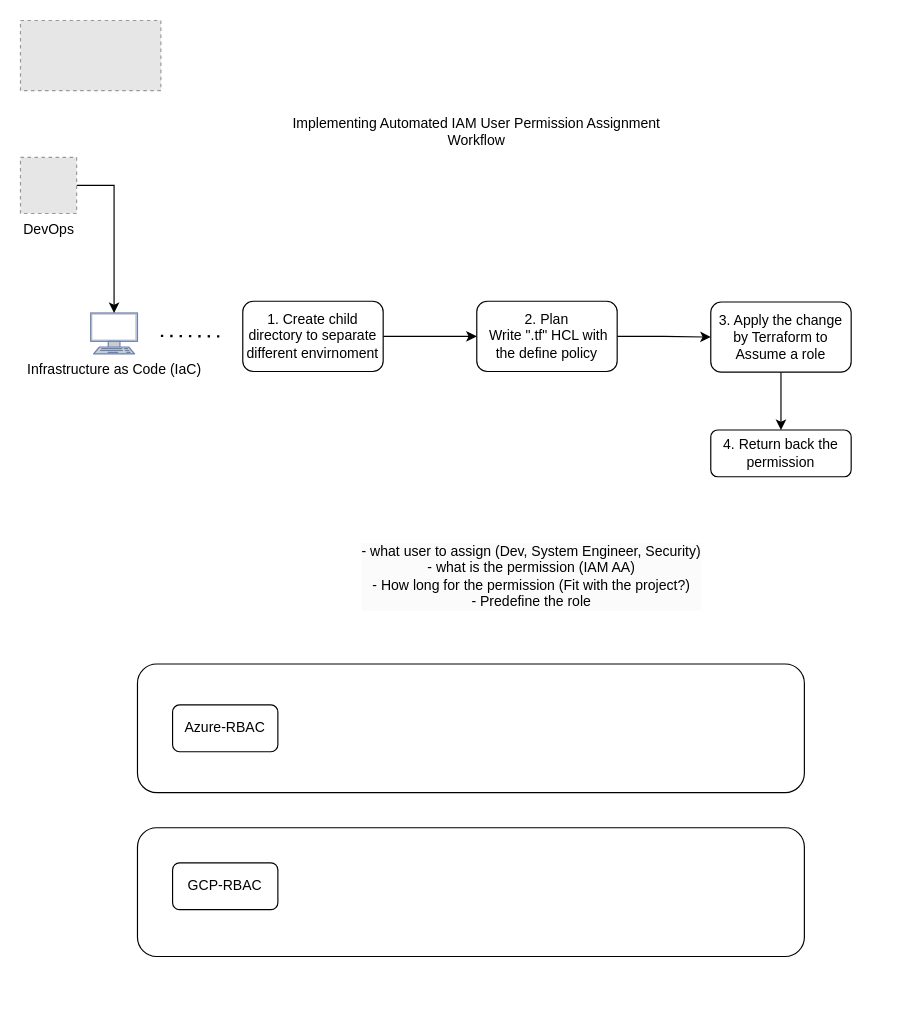
Earlier version of the draw.io diagram Terraform-Cloud-RBAC.drawio (Tonyfu09/AWS). Source tidied: cells renumbered, new cells numbered last; positions are measured from the earlier drawing's top-left corner, leaving out a move shared by most shapes. Both pictures are drawn from the tidied source at 117%, with x=0, y=0 at pixel (20, 20). Pictures stored in the file or linked from it are replaced by grey dashed boxes.
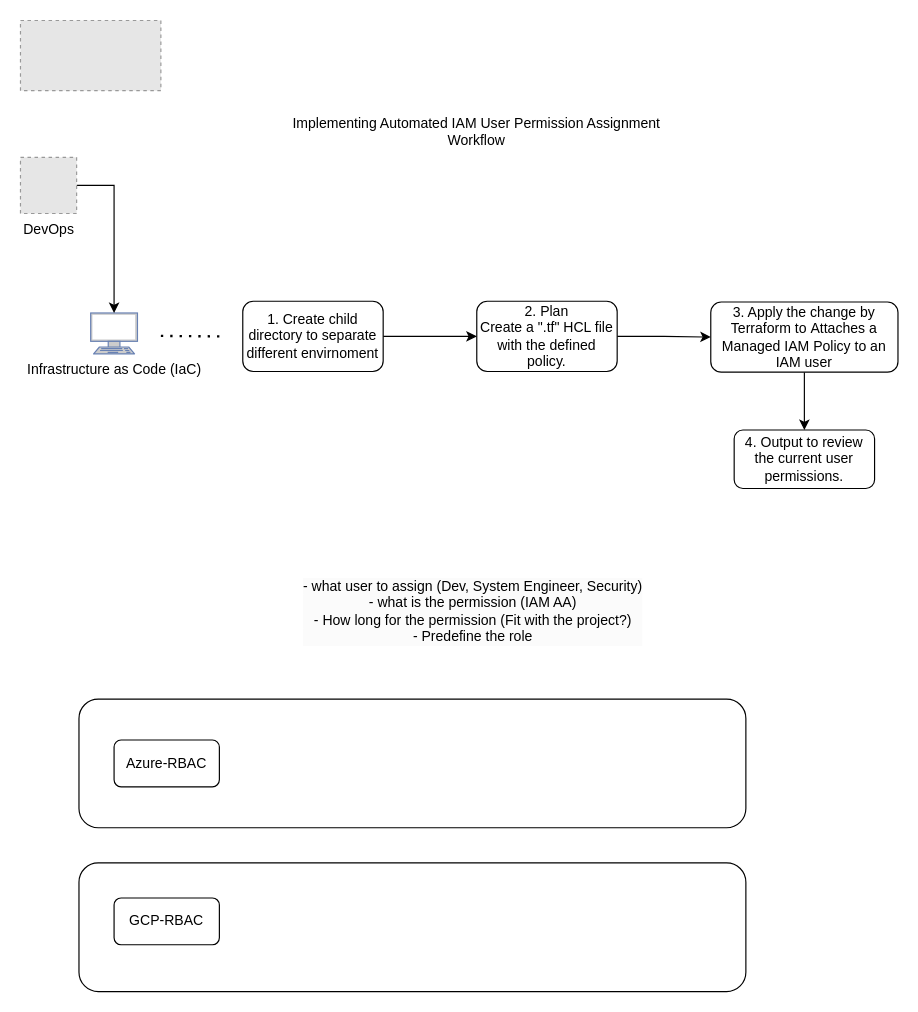
The same diagram, later.

Change to the diagram source:
```diff
@@
     <mxCell id="2" style="rounded=1;whiteSpace=wrap;html=1;fillColor=none;" parent="1" vertex="1">
-      <mxGeometry x="100" y="550" width="570" height="110" as="geometry" />
+      <mxGeometry x="50" y="580" width="570" height="110" as="geometry" />
     </mxCell>
     <mxCell id="3" style="rounded=1;whiteSpace=wrap;html=1;fillColor=none;" parent="1" vertex="1">
-      <mxGeometry x="100" y="690" width="570" height="110" as="geometry" />
+      <mxGeometry x="50" y="720" width="570" height="110" as="geometry" />
     </mxCell>
@@
-    <mxCell id="5" value="2. Plan &lt;br&gt;&lt;div style=&quot;&quot;&gt;&lt;span style=&quot;background-color: initial;&quot;&gt;&amp;nbsp;Write &quot;.tf&quot; HCL with the define policy&lt;/span&gt;&lt;/div&gt;" style="rounded=1;whiteSpace=wrap;html=1;gradientColor=none;align=center;" parent="1" vertex="1">
+    <mxCell id="5" value="2. Plan&lt;br&gt;Create a &quot;.tf&quot; HCL file with the defined policy." style="rounded=1;whiteSpace=wrap;html=1;gradientColor=none;align=center;" parent="1" vertex="1">
       <mxGeometry x="390" y="240" width="120" height="60" as="geometry" />
     </mxCell>
     <mxCell id="6" value="Azure-RBAC" style="rounded=1;whiteSpace=wrap;html=1;" parent="1" vertex="1">
-      <mxGeometry x="130" y="585" width="90" height="40" as="geometry" />
+      <mxGeometry x="80" y="615" width="90" height="40" as="geometry" />
     </mxCell>
     <mxCell id="7" value="GCP-RBAC" style="rounded=1;whiteSpace=wrap;html=1;" parent="1" vertex="1">
-      <mxGeometry x="130" y="720" width="90" height="40" as="geometry" />
+      <mxGeometry x="80" y="750" width="90" height="40" as="geometry" />
     </mxCell>
@@
-    <mxCell id="15" value="3. Apply the change by Terraform to Assume a role" style="whiteSpace=wrap;html=1;rounded=1;gradientColor=none;" parent="1" vertex="1">
-      <mxGeometry x="590" y="240.6" width="120" height="60" as="geometry" />
+    <mxCell id="15" value="3. Apply the change by Terraform to&amp;nbsp;Attaches a Managed IAM Policy to an IAM user" style="whiteSpace=wrap;html=1;rounded=1;gradientColor=none;" parent="1" vertex="1">
+      <mxGeometry x="590" y="240.6" width="160" height="60" as="geometry" />
     </mxCell>
-    <mxCell id="16" value="4. Return back the permission" style="whiteSpace=wrap;html=1;rounded=1;gradientColor=none;" parent="1" vertex="1">
-      <mxGeometry x="590" y="350" width="120" height="40" as="geometry" />
+    <mxCell id="16" value="4. Output to review the current user permissions." style="whiteSpace=wrap;html=1;rounded=1;gradientColor=none;" parent="1" vertex="1">
+      <mxGeometry x="610" y="350" width="120" height="50" as="geometry" />
     </mxCell>
@@
     <mxCell id="19" value="&lt;div style=&quot;border-color: var(--border-color); color: rgb(0, 0, 0); font-family: Helvetica; font-size: 12px; font-style: normal; font-variant-ligatures: normal; font-variant-caps: normal; font-weight: 400; letter-spacing: normal; orphans: 2; text-align: center; text-indent: 0px; text-transform: none; widows: 2; word-spacing: 0px; -webkit-text-stroke-width: 0px; background-color: rgb(251, 251, 251); text-decoration-thickness: initial; text-decoration-style: initial; text-decoration-color: initial;&quot;&gt;&lt;span style=&quot;border-color: var(--border-color); background-color: initial;&quot;&gt;- what user to assign (Dev, System Engineer, Security)&lt;/span&gt;&lt;/div&gt;&lt;div style=&quot;border-color: var(--border-color); color: rgb(0, 0, 0); font-family: Helvetica; font-size: 12px; font-style: normal; font-variant-ligatures: normal; font-variant-caps: normal; font-weight: 400; letter-spacing: normal; orphans: 2; text-align: center; text-indent: 0px; text-transform: none; widows: 2; word-spacing: 0px; -webkit-text-stroke-width: 0px; background-color: rgb(251, 251, 251); text-decoration-thickness: initial; text-decoration-style: initial; text-decoration-color: initial;&quot;&gt;&lt;span style=&quot;border-color: var(--border-color); background-color: initial;&quot;&gt;- what is the permission (IAM AA)&lt;/span&gt;&lt;/div&gt;&lt;div style=&quot;border-color: var(--border-color); color: rgb(0, 0, 0); font-family: Helvetica; font-size: 12px; font-style: normal; font-variant-ligatures: normal; font-variant-caps: normal; font-weight: 400; letter-spacing: normal; orphans: 2; text-align: center; text-indent: 0px; text-transform: none; widows: 2; word-spacing: 0px; -webkit-text-stroke-width: 0px; background-color: rgb(251, 251, 251); text-decoration-thickness: initial; text-decoration-style: initial; text-decoration-color: initial;&quot;&gt;&lt;span style=&quot;border-color: var(--border-color); background-color: initial;&quot;&gt;- How long for the permission (Fit with the project?)&lt;/span&gt;&lt;/div&gt;&lt;div style=&quot;border-color: var(--border-color); color: rgb(0, 0, 0); font-family: Helvetica; font-size: 12px; font-style: normal; font-variant-ligatures: normal; font-variant-caps: normal; font-weight: 400; letter-spacing: normal; orphans: 2; text-align: center; text-indent: 0px; text-transform: none; widows: 2; word-spacing: 0px; -webkit-text-stroke-width: 0px; background-color: rgb(251, 251, 251); text-decoration-thickness: initial; text-decoration-style: initial; text-decoration-color: initial;&quot;&gt;&lt;span style=&quot;border-color: var(--border-color); background-color: initial;&quot;&gt;- Predefine the role&lt;/span&gt;&lt;/div&gt;" style="text;whiteSpace=wrap;html=1;" parent="1" vertex="1">
-      <mxGeometry x="290" y="440" width="320" height="80" as="geometry" />
+      <mxGeometry x="240" y="470" width="320" height="80" as="geometry" />
     </mxCell>
```
